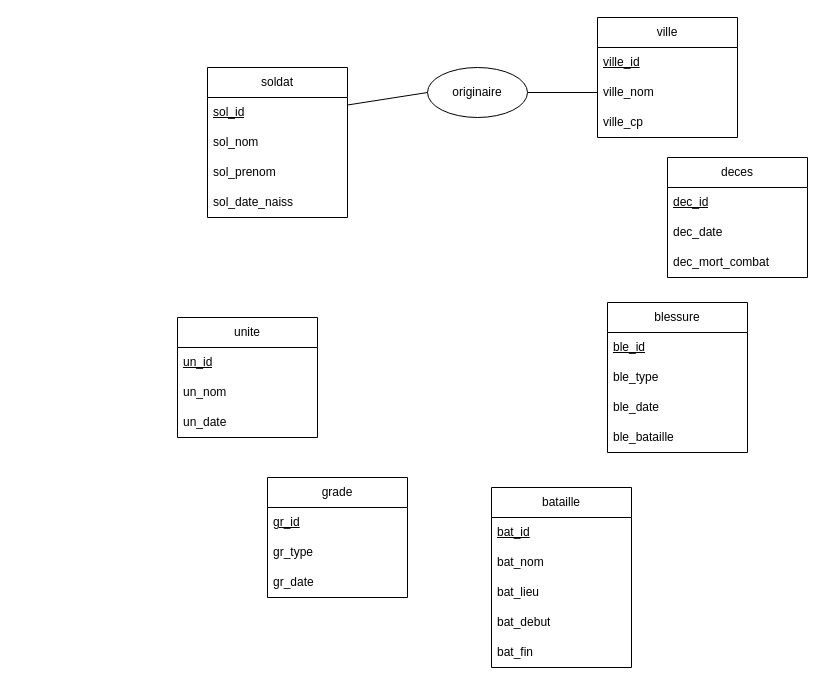
Jojogit68/isoflat.github.io keeps this draw.io diagram as Historien.drawio. Above is the earlier version. Source tidied: cells renumbered, new cells numbered last; positions are measured from the earlier drawing's top-left corner, leaving out a move shared by most shapes. Both pictures are drawn from the tidied source at 100%, with x=0, y=0 at pixel (177, 17).
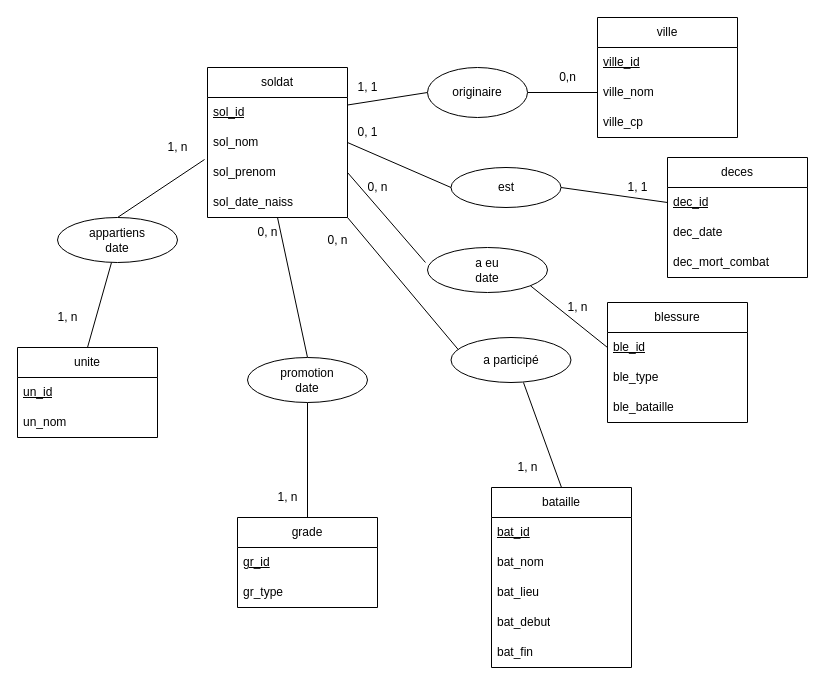
The same diagram, later.

Commit message (it also covers changes not shown here):
Mettre à jour Historien.drawio

The change refers to these unchanged cells:
```xml
<mxCell id="3" value="soldat" style="swimlane;fontStyle=0;horizontal=1;startSize=30;whiteSpace=wrap;html=1;" parent="1" vertex="1">
  <mxGeometry x="30" y="50" width="140" height="150" as="geometry" />
</mxCell>
<mxCell id="5" value="sol_nom" style="text;strokeColor=none;fillColor=none;align=left;verticalAlign=middle;spacingLeft=4;spacingRight=4;overflow=hidden;points=[[0,0.5],[1,0.5]];portConstraint=eastwest;whiteSpace=wrap;html=1;" parent="3" vertex="1">
  <mxGeometry y="60" width="140" height="30" as="geometry" />
</mxCell>
<mxCell id="6" value="sol_prenom" style="text;strokeColor=none;fillColor=none;align=left;verticalAlign=middle;spacingLeft=4;spacingRight=4;overflow=hidden;points=[[0,0.5],[1,0.5]];portConstraint=eastwest;whiteSpace=wrap;html=1;" parent="3" vertex="1">
  <mxGeometry y="90" width="140" height="30" as="geometry" />
</mxCell>
<mxCell id="9" value="&lt;u&gt;ble_id&lt;/u&gt;" style="text;strokeColor=none;fillColor=none;align=left;verticalAlign=middle;spacingLeft=4;spacingRight=4;overflow=hidden;points=[[0,0.5],[1,0.5]];portConstraint=eastwest;whiteSpace=wrap;html=1;" parent="8" vertex="1">
  <mxGeometry y="30" width="140" height="30" as="geometry" />
</mxCell>
<mxCell id="13" value="bataille" style="swimlane;fontStyle=0;horizontal=1;startSize=30;whiteSpace=wrap;html=1;" parent="1" vertex="1">
  <mxGeometry x="314" y="470" width="140" height="180" as="geometry" />
</mxCell>
<mxCell id="34" value="&lt;u&gt;dec_id&lt;/u&gt;" style="text;strokeColor=none;fillColor=none;align=left;verticalAlign=middle;spacingLeft=4;spacingRight=4;overflow=hidden;points=[[0,0.5],[1,0.5]];portConstraint=eastwest;whiteSpace=wrap;html=1;" parent="33" vertex="1">
  <mxGeometry y="30" width="140" height="30" as="geometry" />
</mxCell>
```

Change to the diagram source:
```diff
@@
+    <mxCell id="37" style="edgeStyle=none;rounded=0;jettySize=auto;html=1;exitX=1;exitY=1;exitDx=0;exitDy=0;entryX=0.067;entryY=0.289;entryDx=0;entryDy=0;entryPerimeter=0;endArrow=none;endFill=0;" parent="1" edge="1" source="3" target="46">
+      <mxGeometry relative="1" as="geometry" />
+    </mxCell>
+    <mxCell id="38" style="edgeStyle=none;rounded=0;jettySize=auto;html=1;exitX=0.5;exitY=1;exitDx=0;exitDy=0;entryX=0.5;entryY=0;entryDx=0;entryDy=0;endArrow=none;endFill=0;" parent="1" edge="1" source="3" target="50">
+      <mxGeometry relative="1" as="geometry" />
+    </mxCell>
@@
     <mxCell id="8" value="blessure" style="swimlane;fontStyle=0;horizontal=1;startSize=30;whiteSpace=wrap;html=1;" parent="1" vertex="1">
-      <mxGeometry x="430" y="285" width="140" height="150" as="geometry" />
+      <mxGeometry x="430" y="285" width="140" height="120" as="geometry" />
     </mxCell>
@@
-    <mxCell id="11" value="ble_date" style="text;strokeColor=none;fillColor=none;align=left;verticalAlign=middle;spacingLeft=4;spacingRight=4;overflow=hidden;whiteSpace=wrap;html=1;" parent="8" vertex="1">
-      <mxGeometry y="90" width="140" height="30" as="geometry" />
-    </mxCell>
     <mxCell id="12" value="ble_bataille" style="text;strokeColor=none;fillColor=none;align=left;verticalAlign=middle;spacingLeft=4;spacingRight=4;overflow=hidden;whiteSpace=wrap;html=1;" parent="8" vertex="1">
-      <mxGeometry y="120" width="140" height="30" as="geometry" />
+      <mxGeometry y="90" width="140" height="30" as="geometry" />
     </mxCell>
+    <mxCell id="39" style="edgeStyle=none;rounded=0;jettySize=auto;html=1;exitX=0.5;exitY=0;exitDx=0;exitDy=0;entryX=0.604;entryY=1;entryDx=0;entryDy=0;entryPerimeter=0;endArrow=none;endFill=0;" parent="1" edge="1" source="13" target="46">
+      <mxGeometry relative="1" as="geometry" />
+    </mxCell>
@@
     <mxCell id="19" value="grade" style="swimlane;fontStyle=0;horizontal=1;startSize=30;whiteSpace=wrap;html=1;" parent="1" vertex="1">
-      <mxGeometry x="90" y="460" width="140" height="120" as="geometry" />
+      <mxGeometry x="60" y="500" width="140" height="90" as="geometry" />
     </mxCell>
@@
-    <mxCell id="22" value="gr_date" style="text;strokeColor=none;fillColor=none;align=left;verticalAlign=middle;spacingLeft=4;spacingRight=4;overflow=hidden;whiteSpace=wrap;html=1;" parent="19" vertex="1">
-      <mxGeometry y="90" width="140" height="30" as="geometry" />
-    </mxCell>
+    <mxCell id="40" style="edgeStyle=none;rounded=0;jettySize=auto;html=1;exitX=0.5;exitY=0;exitDx=0;exitDy=0;entryX=0.45;entryY=1;entryDx=0;entryDy=0;entryPerimeter=0;endArrow=none;endFill=0;" parent="1" edge="1" source="23" target="48">
+      <mxGeometry relative="1" as="geometry" />
+    </mxCell>
     <mxCell id="23" value="unite" style="swimlane;fontStyle=0;horizontal=1;startSize=30;whiteSpace=wrap;html=1;" parent="1" vertex="1">
-      <mxGeometry y="300" width="140" height="120" as="geometry" />
+      <mxGeometry x="-160" y="330" width="140" height="90" as="geometry" />
     </mxCell>
@@
-    <mxCell id="26" value="un_date" style="text;strokeColor=none;fillColor=none;align=left;verticalAlign=middle;spacingLeft=4;spacingRight=4;overflow=hidden;whiteSpace=wrap;html=1;" parent="23" vertex="1">
-      <mxGeometry y="90" width="140" height="30" as="geometry" />
-    </mxCell>
@@
+    <mxCell id="41" style="edgeStyle=none;rounded=0;jettySize=auto;html=1;exitX=1;exitY=0.5;exitDx=0;exitDy=0;entryX=0;entryY=0.5;entryDx=0;entryDy=0;endArrow=none;endFill=0;" parent="1" edge="1" source="42" target="34">
+      <mxGeometry relative="1" as="geometry" />
+    </mxCell>
+    <mxCell id="42" value="est" style="ellipse;whiteSpace=wrap;html=1;" parent="1" vertex="1">
+      <mxGeometry x="273.5" y="150" width="110" height="40" as="geometry" />
+    </mxCell>
+    <mxCell id="43" style="edgeStyle=none;rounded=0;jettySize=auto;html=1;exitX=1;exitY=0.5;exitDx=0;exitDy=0;entryX=0;entryY=0.5;entryDx=0;entryDy=0;endArrow=none;endFill=0;" parent="1" edge="1" source="5" target="42">
+      <mxGeometry relative="1" as="geometry" />
+    </mxCell>
+    <mxCell id="44" style="edgeStyle=none;rounded=0;jettySize=auto;html=1;exitX=1;exitY=1;exitDx=0;exitDy=0;entryX=0;entryY=0.5;entryDx=0;entryDy=0;endArrow=none;endFill=0;" parent="1" edge="1" source="45" target="9">
+      <mxGeometry relative="1" as="geometry" />
+    </mxCell>
+    <mxCell id="45" value="&lt;div&gt;a eu&lt;/div&gt;&lt;div&gt;date&lt;/div&gt;" style="ellipse;whiteSpace=wrap;html=1;" parent="1" vertex="1">
+      <mxGeometry x="250" y="230" width="120" height="45" as="geometry" />
+    </mxCell>
+    <mxCell id="46" value="a participé" style="ellipse;whiteSpace=wrap;html=1;" parent="1" vertex="1">
+      <mxGeometry x="273.5" y="320" width="120" height="45" as="geometry" />
+    </mxCell>
+    <mxCell id="47" style="edgeStyle=none;rounded=0;jettySize=auto;html=1;exitX=0.5;exitY=0;exitDx=0;exitDy=0;entryX=-0.021;entryY=0.067;entryDx=0;entryDy=0;entryPerimeter=0;endArrow=none;endFill=0;" parent="1" edge="1" source="48" target="6">
+      <mxGeometry relative="1" as="geometry" />
+    </mxCell>
+    <mxCell id="48" value="&lt;div&gt;appartiens&lt;/div&gt;&lt;div&gt;date&lt;br&gt;&lt;/div&gt;" style="ellipse;whiteSpace=wrap;html=1;" parent="1" vertex="1">
+      <mxGeometry x="-120" y="200" width="120" height="45" as="geometry" />
+    </mxCell>
+    <mxCell id="49" style="edgeStyle=none;rounded=0;jettySize=auto;html=1;exitX=0.5;exitY=1;exitDx=0;exitDy=0;endArrow=none;endFill=0;" parent="1" edge="1" source="50" target="19">
+      <mxGeometry relative="1" as="geometry" />
+    </mxCell>
+    <mxCell id="50" value="&lt;div&gt;promotion&lt;/div&gt;&lt;div&gt;date&lt;br&gt;&lt;/div&gt;" style="ellipse;whiteSpace=wrap;html=1;" parent="1" vertex="1">
+      <mxGeometry x="70" y="340" width="120" height="45" as="geometry" />
+    </mxCell>
+    <mxCell id="51" style="edgeStyle=none;rounded=0;jettySize=auto;html=1;exitX=1;exitY=0.5;exitDx=0;exitDy=0;entryX=-0.017;entryY=0.333;entryDx=0;entryDy=0;entryPerimeter=0;endArrow=none;endFill=0;" parent="1" edge="1" source="6" target="45">
+      <mxGeometry relative="1" as="geometry" />
+    </mxCell>
+    <mxCell id="52" value="1, 1" style="text;html=1;align=center;verticalAlign=middle;strokeColor=none;fillColor=none;" parent="1" vertex="1">
+      <mxGeometry x="170" y="55" width="40" height="30" as="geometry" />
+    </mxCell>
+    <mxCell id="53" value="0,n" style="text;html=1;align=center;verticalAlign=middle;strokeColor=none;fillColor=none;" parent="1" vertex="1">
+      <mxGeometry x="370" y="45" width="40" height="30" as="geometry" />
+    </mxCell>
+    <mxCell id="54" value="0, n" style="text;html=1;align=center;verticalAlign=middle;strokeColor=none;fillColor=none;" parent="1" vertex="1">
+      <mxGeometry x="70" y="200" width="40" height="30" as="geometry" />
+    </mxCell>
+    <mxCell id="55" value="0, n" style="text;html=1;align=center;verticalAlign=middle;strokeColor=none;fillColor=none;" parent="1" vertex="1">
+      <mxGeometry x="180" y="155" width="40" height="30" as="geometry" />
+    </mxCell>
+    <mxCell id="56" value="0, 1" style="text;html=1;align=center;verticalAlign=middle;strokeColor=none;fillColor=none;" parent="1" vertex="1">
+      <mxGeometry x="170" y="100" width="40" height="30" as="geometry" />
+    </mxCell>
+    <mxCell id="57" value="0, n" style="text;html=1;align=center;verticalAlign=middle;strokeColor=none;fillColor=none;" parent="1" vertex="1">
+      <mxGeometry x="140" y="207.5" width="40" height="30" as="geometry" />
+    </mxCell>
+    <mxCell id="58" value="1, n" style="text;html=1;align=center;verticalAlign=middle;strokeColor=none;fillColor=none;" parent="1" vertex="1">
+      <mxGeometry x="-20" y="115" width="40" height="30" as="geometry" />
+    </mxCell>
+    <mxCell id="59" value="1, 1" style="text;html=1;align=center;verticalAlign=middle;strokeColor=none;fillColor=none;" parent="1" vertex="1">
+      <mxGeometry x="440" y="155" width="40" height="30" as="geometry" />
+    </mxCell>
+    <mxCell id="60" value="1, n" style="text;html=1;align=center;verticalAlign=middle;strokeColor=none;fillColor=none;" parent="1" vertex="1">
+      <mxGeometry x="380" y="275" width="40" height="30" as="geometry" />
+    </mxCell>
+    <mxCell id="61" value="1, n" style="text;html=1;align=center;verticalAlign=middle;strokeColor=none;fillColor=none;" parent="1" vertex="1">
+      <mxGeometry x="330" y="435" width="40" height="30" as="geometry" />
+    </mxCell>
+    <mxCell id="62" value="1, n" style="text;html=1;align=center;verticalAlign=middle;strokeColor=none;fillColor=none;" parent="1" vertex="1">
+      <mxGeometry x="90" y="465" width="40" height="30" as="geometry" />
+    </mxCell>
+    <mxCell id="63" value="1, n" style="text;html=1;align=center;verticalAlign=middle;strokeColor=none;fillColor=none;" parent="1" vertex="1">
+      <mxGeometry x="-130" y="285" width="40" height="30" as="geometry" />
+    </mxCell>
```
